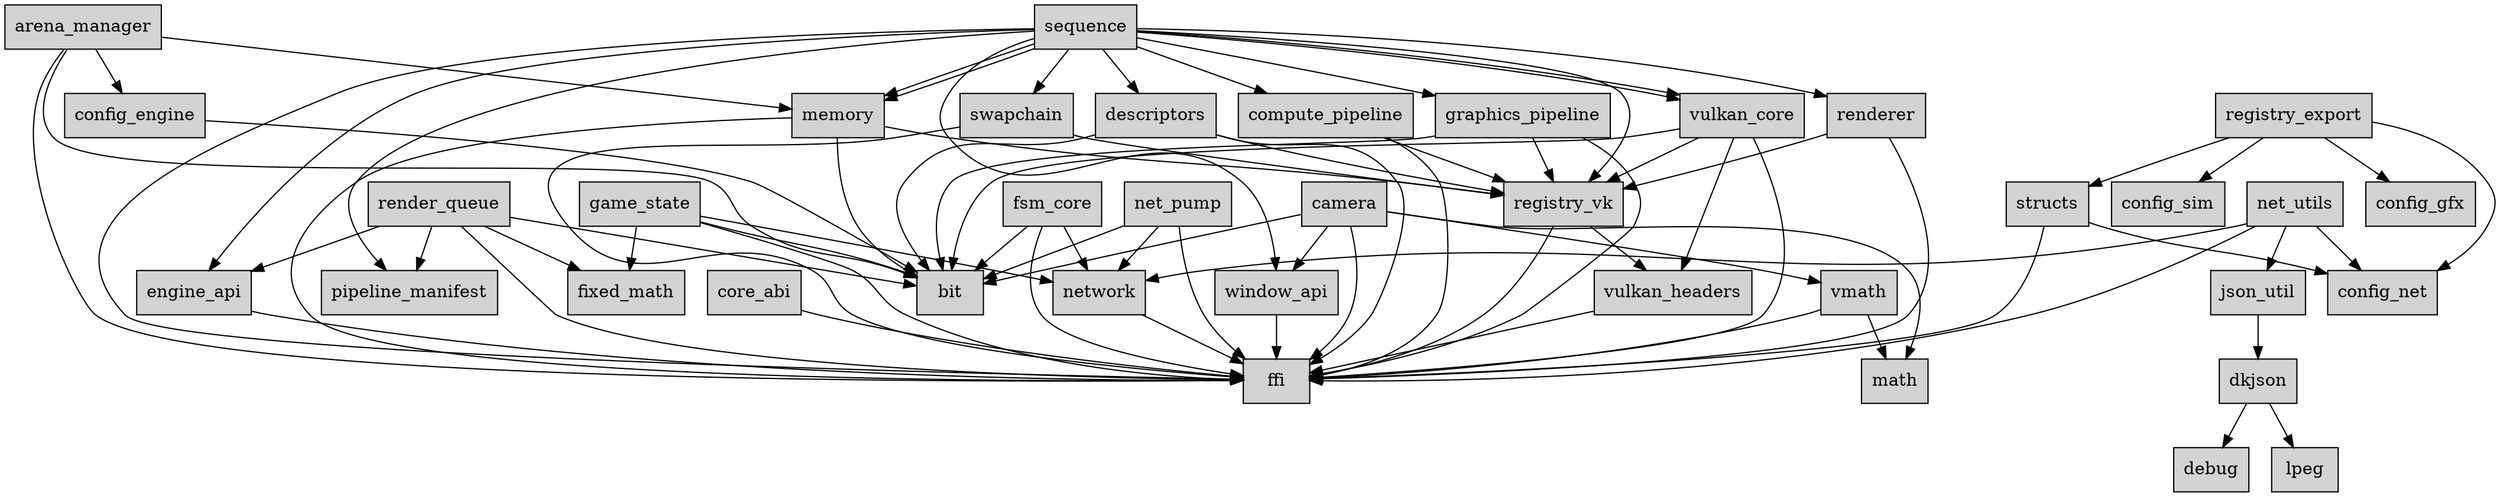
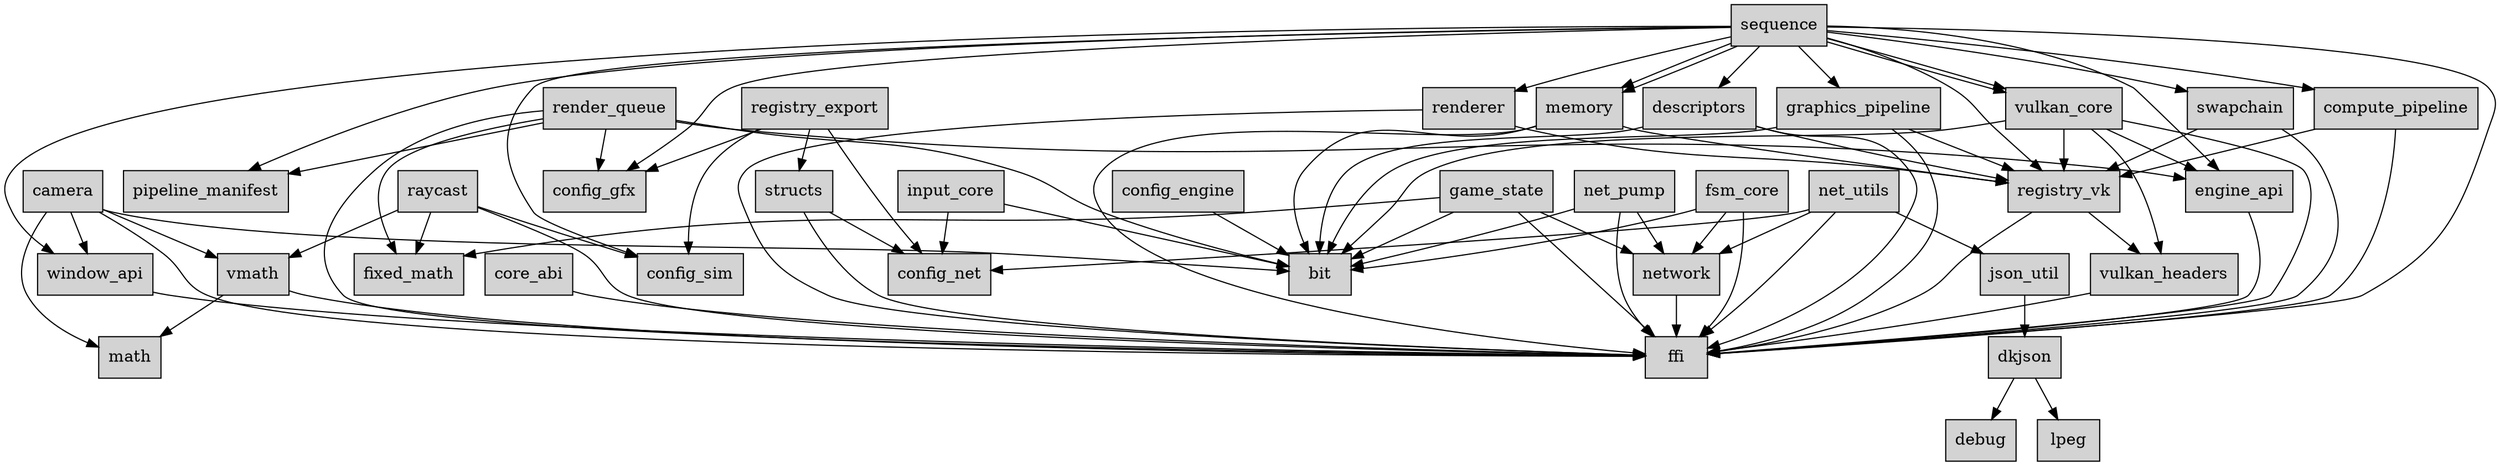
digraph WeaverEngine {
  node [shape=box, style=filled, fillcolor=lightgray];
  "sequence" -> "ffi";
  "sequence" -> "registry_vk";
  "sequence" -> "pipeline_manifest";
  "sequence" -> "window_api";
  "sequence" -> "engine_api";
+   "sequence" -> "config_gfx";
+   "sequence" -> "config_sim";
  "sequence" -> "vulkan_core";
  "sequence" -> "vulkan_core";
  "sequence" -> "memory";
  "sequence" -> "swapchain";
  "sequence" -> "descriptors";
  "sequence" -> "memory";
  "sequence" -> "compute_pipeline";
  "sequence" -> "graphics_pipeline";
  "sequence" -> "renderer";
  "network" -> "ffi";
+   "raycast" -> "ffi";
+   "raycast" -> "vmath";
+   "raycast" -> "fixed_math";
+   "raycast" -> "config_sim";
  "engine_api" -> "ffi";
  "camera" -> "ffi";
  "camera" -> "math";
  "camera" -> "bit";
  "camera" -> "vmath";
  "camera" -> "window_api";
  "config_sim";
  "registry_export" -> "structs";
  "registry_export" -> "config_gfx";
  "registry_export" -> "config_sim";
  "registry_export" -> "config_net";
  "config_net";
  "fsm_core" -> "network";
  "fsm_core" -> "bit";
  "fsm_core" -> "ffi";
-   "arena_manager" -> "ffi";
-   "arena_manager" -> "bit";
-   "arena_manager" -> "config_engine";
-   "arena_manager" -> "memory";
  "descriptors" -> "ffi";
  "descriptors" -> "bit";
  "descriptors" -> "registry_vk";
  "pipeline_manifest";
  "core_abi" -> "ffi";
  "registry_vk" -> "ffi";
  "registry_vk" -> "vulkan_headers";
  "config_gfx";
  "memory" -> "ffi";
  "memory" -> "bit";
  "memory" -> "registry_vk";
  "net_utils" -> "ffi";
  "net_utils" -> "json_util";
  "net_utils" -> "config_net";
  "net_utils" -> "network";
  "vulkan_core" -> "ffi";
  "vulkan_core" -> "bit";
  "vulkan_core" -> "vulkan_headers";
  "vulkan_core" -> "registry_vk";
+   "vulkan_core" -> "engine_api";
  "renderer" -> "ffi";
  "renderer" -> "registry_vk";
  "dkjson" -> "debug";
  "dkjson" -> "lpeg";
  "structs" -> "ffi";
  "structs" -> "config_net";
  "json_util" -> "dkjson";
  "config_engine" -> "bit";
  "swapchain" -> "ffi";
  "swapchain" -> "registry_vk";
  "render_queue" -> "ffi";
  "render_queue" -> "pipeline_manifest";
  "render_queue" -> "bit";
  "render_queue" -> "fixed_math";
  "render_queue" -> "engine_api";
+   "render_queue" -> "config_gfx";
  "graphics_pipeline" -> "ffi";
  "graphics_pipeline" -> "bit";
  "graphics_pipeline" -> "registry_vk";
+   "input_core" -> "bit";
+   "input_core" -> "config_net";
  "net_pump" -> "ffi";
  "net_pump" -> "bit";
  "net_pump" -> "network";
  "window_api" -> "ffi";
  "vulkan_headers" -> "ffi";
  "fixed_math";
  "game_state" -> "ffi";
  "game_state" -> "bit";
  "game_state" -> "network";
  "game_state" -> "fixed_math";
  "vmath" -> "ffi";
  "vmath" -> "math";
  "compute_pipeline" -> "ffi";
  "compute_pipeline" -> "registry_vk";
}